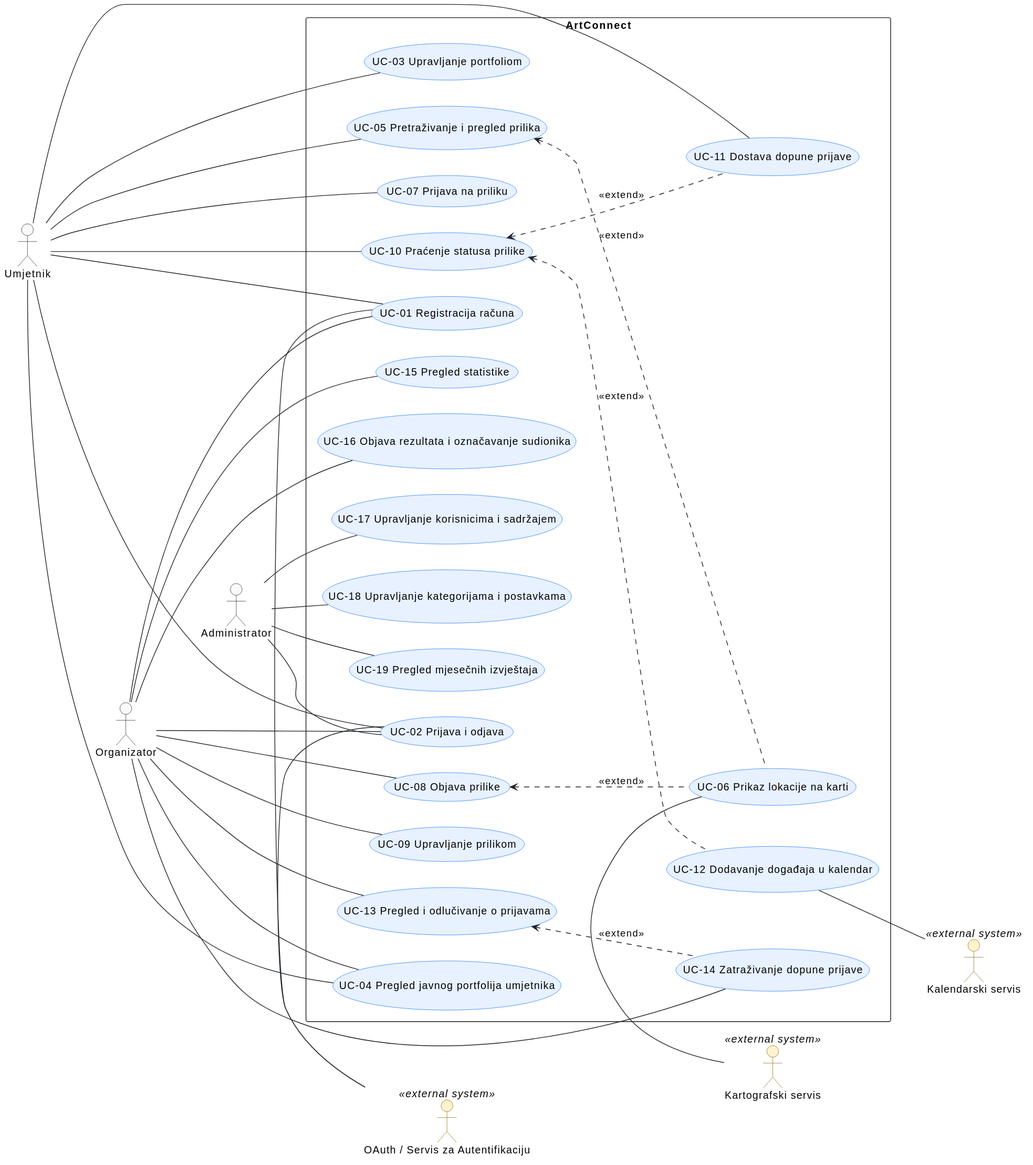
Above: docs/assets/diagrams/3-1-artconnect-use-cases.svg in kovaacicc/ArtConnect (PlantUML), before the change. The source it was exported from:
```plantuml
@startuml



left to right direction

skinparam shadowing false
skinparam defaultFontName Arial
skinparam packageStyle rectangle

skinparam actor {
    BackgroundColor #F8F9FA
    BorderColor #212529
    BackgroundColor<<external system>> #FFF3CD
    BorderColor<<external system>> #856404
}

skinparam usecase {
    BackgroundColor #E7F1FF
    BorderColor #0D6EFD
    ArrowColor #212529
}


actor Umjetnik
actor Organizator
actor Administrator


Umjetnik -[hidden]down-> Organizator
Organizator -[hidden]down-> Administrator


actor "OAuth / Servis za Autentifikaciju" as OAuth <<external system>>
actor "Kartografski servis" as Maps <<external system>>
actor "Kalendarski servis" as Cal <<external system>>

OAuth -[hidden]down-> Maps
Maps -[hidden]down-> Cal



rectangle "ArtConnect" as ArtConnect{

    (UC-01 Registracija računa) as UC_Registracija
    (UC-02 Prijava i odjava) as UC_PrijavaOdjava

    (UC-03 Upravljanje portfoliom) as UC_Portfolio
    (UC-04 Pregled javnog portfolija umjetnika) as UC_PregledUmjetnika

    (UC-05 Pretraživanje i pregled prilika) as UC_PregledPrilika
    (UC-07 Prijava na priliku) as UC_PrijavaPrilika
    (UC-10 Praćenje statusa prilike) as UC_Status
    (UC-11 Dostava dopune prijave) as UC_DopunaUmjetnik
    (UC-12 Dodavanje događaja u kalendar) as UC_Kalendar

    (UC-08 Objava prilike) as UC_ObjavaPrilike
    (UC-09 Upravljanje prilikom) as UC_UpravljanjePrilikom
    (UC-13 Pregled i odlučivanje o prijavama) as UC_PregledPrijave
    (UC-14 Zatraživanje dopune prijave) as UC_DopunaOrganizator
    (UC-15 Pregled statistike) as UC_Statistika
    (UC-16 Objava rezultata i označavanje sudionika) as UC_Rezultati

    (UC-06 Prikaz lokacije na karti) as UC_Karta

    (UC-17 Upravljanje korisnicima i sadržajem) as UC_AdmKorisnici
    (UC-18 Upravljanje kategorijama i postavkama) as UC_AdmKategorije
    (UC-19 Pregled mjesečnih izvještaja) as UC_Izvjestaj

}


Umjetnik -- UC_Registracija
Umjetnik -- UC_PrijavaOdjava
Umjetnik -- UC_Portfolio
Umjetnik -- UC_PregledUmjetnika
Umjetnik -- UC_PregledPrilika
Umjetnik -- UC_PrijavaPrilika
Umjetnik -- UC_Status
Umjetnik -- UC_DopunaUmjetnik

Organizator -- UC_Registracija
Organizator -- UC_PrijavaOdjava
Organizator -- UC_PregledUmjetnika
Organizator -- UC_ObjavaPrilike
Organizator -- UC_UpravljanjePrilikom
Organizator -- UC_PregledPrijave
Organizator -- UC_DopunaOrganizator
Organizator -- UC_Statistika
Organizator -- UC_Rezultati

Administrator -- UC_PrijavaOdjava
Administrator -- UC_AdmKorisnici
Administrator -- UC_AdmKategorije
Administrator -- UC_Izvjestaj

UC_PregledPrilika <.. UC_Karta : <<extend>>
UC_ObjavaPrilike <.. UC_Karta : <<extend>>
UC_Status <.. UC_DopunaUmjetnik : <<extend>>
UC_Status <.. UC_Kalendar : <<extend>>
UC_PregledPrijave <.. UC_DopunaOrganizator : <<extend>>



UC_Registracija -right- OAuth
UC_PrijavaOdjava -right- OAuth
UC_Karta -right- Maps
UC_Kalendar -right- Cal
@enduml
```
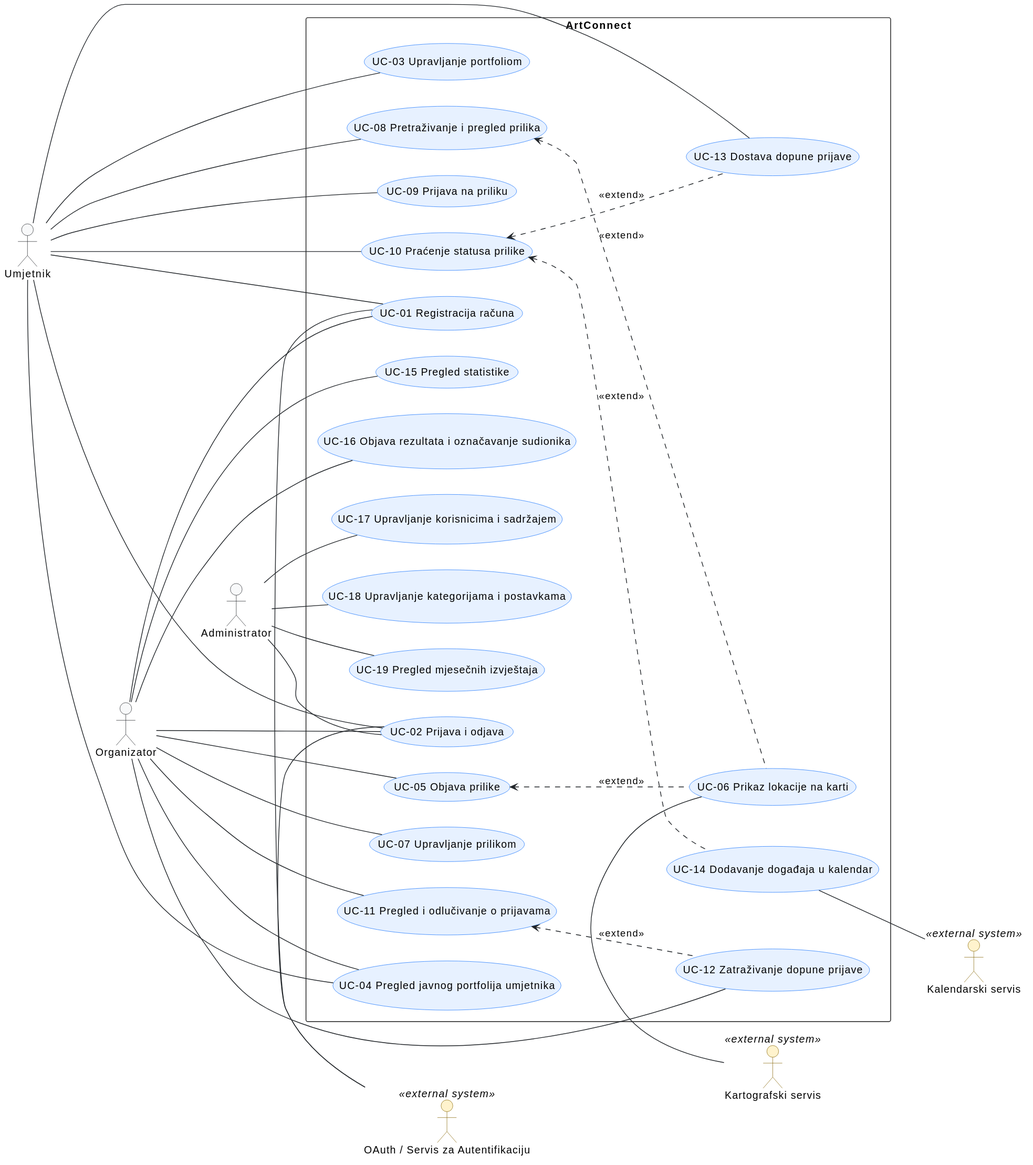
The same diagram one commit later.

What changed in the source:
```diff
@@ -48,16 +48,16 @@
     (UC-03 Upravljanje portfoliom) as UC_Portfolio
     (UC-04 Pregled javnog portfolija umjetnika) as UC_PregledUmjetnika
 
-    (UC-05 Pretraživanje i pregled prilika) as UC_PregledPrilika
-    (UC-07 Prijava na priliku) as UC_PrijavaPrilika
+    (UC-08 Pretraživanje i pregled prilika) as UC_PregledPrilika
+    (UC-09 Prijava na priliku) as UC_PrijavaPrilika
     (UC-10 Praćenje statusa prilike) as UC_Status
-    (UC-11 Dostava dopune prijave) as UC_DopunaUmjetnik
-    (UC-12 Dodavanje događaja u kalendar) as UC_Kalendar
+    (UC-13 Dostava dopune prijave) as UC_DopunaUmjetnik
+    (UC-14 Dodavanje događaja u kalendar) as UC_Kalendar
 
-    (UC-08 Objava prilike) as UC_ObjavaPrilike
-    (UC-09 Upravljanje prilikom) as UC_UpravljanjePrilikom
-    (UC-13 Pregled i odlučivanje o prijavama) as UC_PregledPrijave
-    (UC-14 Zatraživanje dopune prijave) as UC_DopunaOrganizator
+    (UC-05 Objava prilike) as UC_ObjavaPrilike
+    (UC-07 Upravljanje prilikom) as UC_UpravljanjePrilikom
+    (UC-11 Pregled i odlučivanje o prijavama) as UC_PregledPrijave
+    (UC-12 Zatraživanje dopune prijave) as UC_DopunaOrganizator
     (UC-15 Pregled statistike) as UC_Statistika
     (UC-16 Objava rezultata i označavanje sudionika) as UC_Rezultati
 
```
